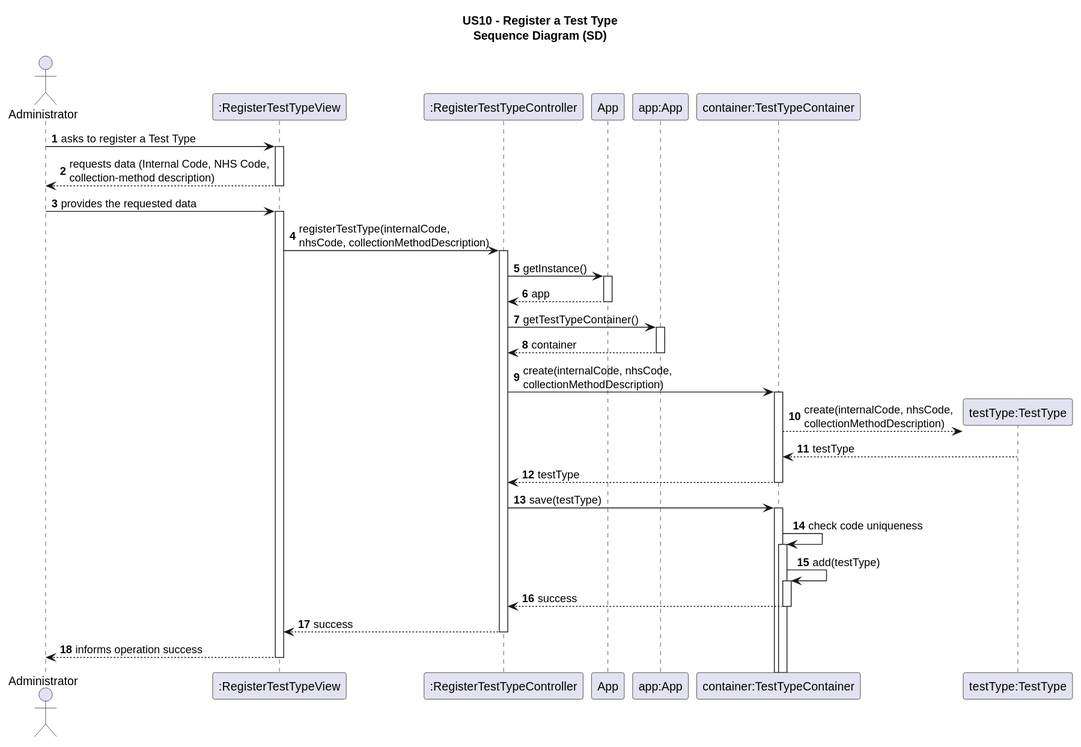
The PlantUML diagram docs/system-documentation/US10/svg/US10-SD.svg in jmaia574/leti-esoft-26-27-B6, before a commit.
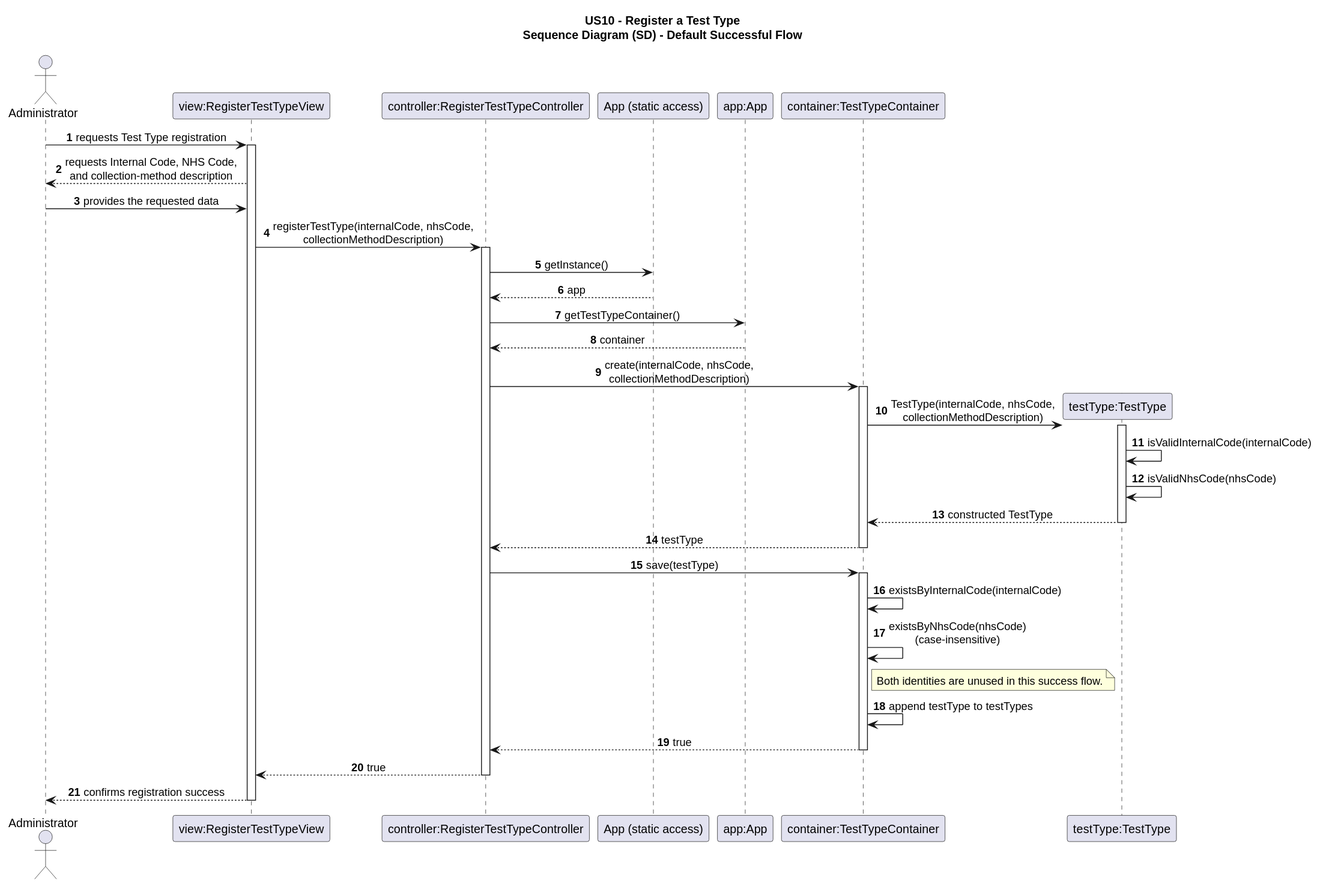
The same diagram one commit later.

What changed in the source:
```diff
@@ -1,34 +1,50 @@
 @startuml
-title US10 - Register a Test Type\nSequence Diagram (SD)
+title US10 - Register a Test Type\nSequence Diagram (SD) - Default Successful Flow
 
-autoactivate on
 autonumber
+skinparam shadowing false
+skinparam sequenceMessageAlign center
 
 actor "Administrator" as User
-participant ":RegisterTestTypeView" as View
-participant ":RegisterTestTypeController" as Ctrl
-participant App
+participant "view:RegisterTestTypeView" as View
+participant "controller:RegisterTestTypeController" as Ctrl
+participant "App (static access)" as App
 participant "app:App" as AppInstance
 participant "container:TestTypeContainer" as Container
-participant "testType:TestType" as TestType
 
-User -> View: asks to register a Test Type
-View --> User: requests data (Internal Code, NHS Code,\ncollection-method description)
-User -> View: provides the requested data
-View -> Ctrl: registerTestType(internalCode,\nnhsCode, collectionMethodDescription)
-Ctrl -> App: getInstance()
-App --> Ctrl: app
-Ctrl -> AppInstance: getTestTypeContainer()
-AppInstance --> Ctrl: container
-
-Ctrl -> Container: create(internalCode, nhsCode,\ncollectionMethodDescription)
-Container --> TestType**: create(internalCode, nhsCode,\ncollectionMethodDescription)
-TestType --> Container: testType
-Container --> Ctrl: testType
-Ctrl -> Container: save(testType)
-Container -> Container: check code uniqueness
-Container -> Container: add(testType)
-Container --> Ctrl: success
-Ctrl --> View: success
-View --> User: informs operation success
+User -> View : requests Test Type registration
+activate View
+View --> User : requests Internal Code, NHS Code,\nand collection-method description
+User -> View : provides the requested data
+View -> Ctrl : registerTestType(internalCode, nhsCode,\ncollectionMethodDescription)
+activate Ctrl
+Ctrl -> App : getInstance()
+App --> Ctrl : app
+Ctrl -> AppInstance : getTestTypeContainer()
+AppInstance --> Ctrl : container
+Ctrl -> Container : create(internalCode, nhsCode,\ncollectionMethodDescription)
+activate Container
+create participant "testType:TestType" as TestType
+Container -> TestType : TestType(internalCode, nhsCode,\ncollectionMethodDescription)
+activate TestType
+TestType -> TestType : isValidInternalCode(internalCode)
+TestType -> TestType : isValidNhsCode(nhsCode)
+TestType --> Container : constructed TestType
+deactivate TestType
+Container --> Ctrl : testType
+deactivate Container
+Ctrl -> Container : save(testType)
+activate Container
+Container -> Container : existsByInternalCode(internalCode)
+Container -> Container : existsByNhsCode(nhsCode)\n(case-insensitive)
+note right of Container
+Both identities are unused in this success flow.
+end note
+Container -> Container : append testType to testTypes
+Container --> Ctrl : true
+deactivate Container
+Ctrl --> View : true
+deactivate Ctrl
+View --> User : confirms registration success
+deactivate View
 @enduml
```
